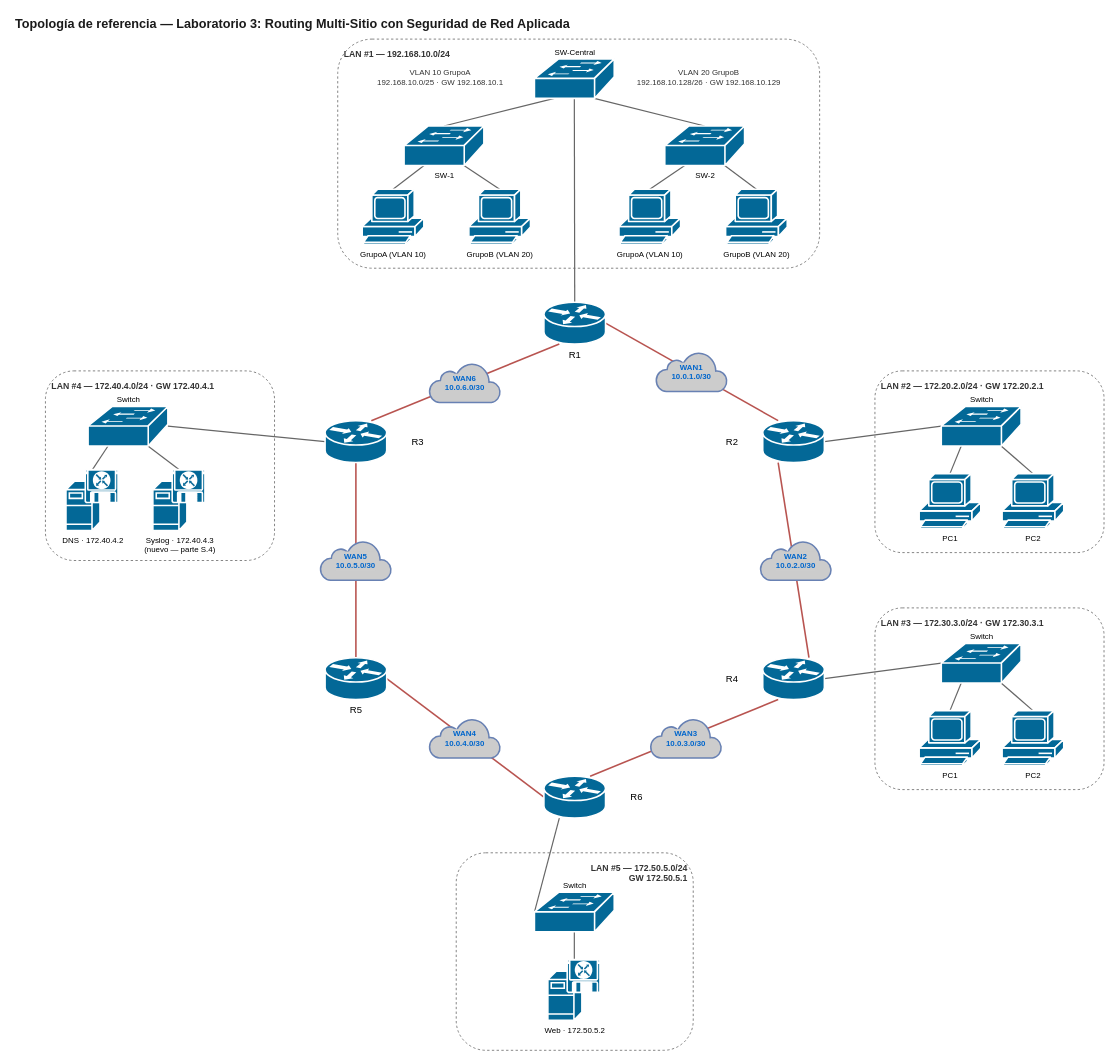
Above: laboratorios/lab-03-routing-seguridad/topologia-lab03.drawio in asur-col/cuc-seguridad-redes (draw.io), before the change. Source tidied: cells renumbered, new cells numbered last; positions are measured from the earlier drawing's top-left corner, leaving out a move shared by most shapes. Both pictures are drawn from the tidied source at 79%, with x=0, y=0 at pixel (13, 13).
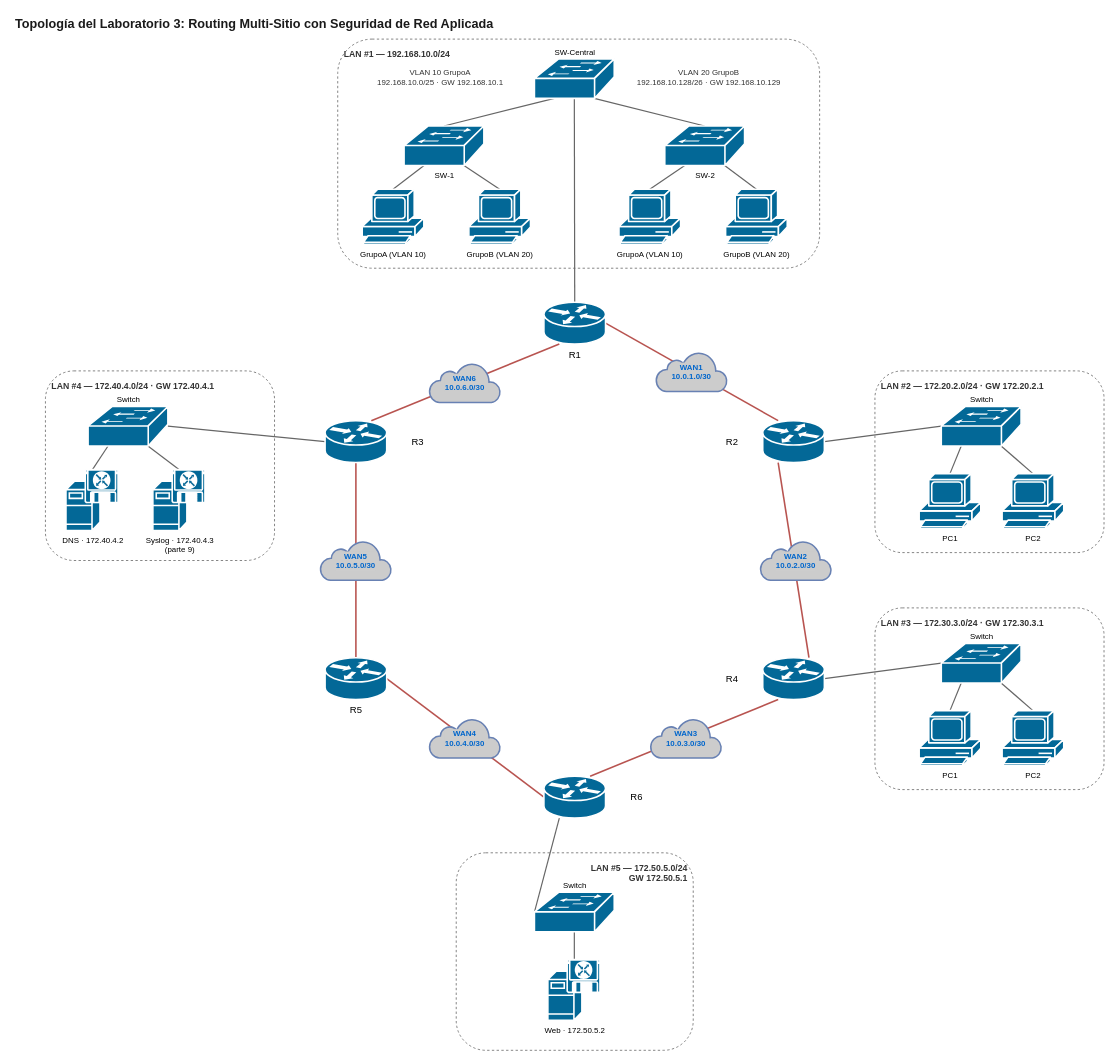
The same diagram, later.

Commit message (it also covers changes not shown here):
Estandariza Laboratorio 3 al diseño de referencia (lab-01) + consola oscura (Integración lab-03)

What changed in the source:
```diff
@@
-    <mxCell id="2" value="Topología de referencia — Laboratorio 3: Routing Multi-Sitio con Seguridad de Red Aplicada" style="text;html=1;align=left;verticalAlign=middle;fontSize=16;fontStyle=1;fontColor=#1A1A1A;" parent="1" vertex="1">
+    <mxCell id="2" value="Topología del Laboratorio 3: Routing Multi-Sitio con Seguridad de Red Aplicada" style="text;html=1;align=left;verticalAlign=middle;fontSize=16;fontStyle=1;fontColor=#1A1A1A;" parent="1" vertex="1">
       <mxGeometry width="1100" height="26" as="geometry" />
     </mxCell>
@@
-    <mxCell id="60" value="Syslog · 172.40.4.3&#10;(nuevo — parte S.4)" style="strokeColor=#ffffff;sketch=0;html=1;dashed=0;fillColor=#036897;strokeWidth=2;verticalLabelPosition=bottom;verticalAlign=top;align=center;outlineConnect=0;shape=mxgraph.cisco.servers.software_based_server;fontSize=10;" parent="1" vertex="1">
+    <mxCell id="60" value="Syslog · 172.40.4.3&#10;(parte 9)" style="strokeColor=#ffffff;sketch=0;html=1;dashed=0;fillColor=#036897;strokeWidth=2;verticalLabelPosition=bottom;verticalAlign=top;align=center;outlineConnect=0;shape=mxgraph.cisco.servers.software_based_server;fontSize=10;" parent="1" vertex="1">
       <mxGeometry x="176" y="577" width="67" height="77" as="geometry" />
     </mxCell>
```
